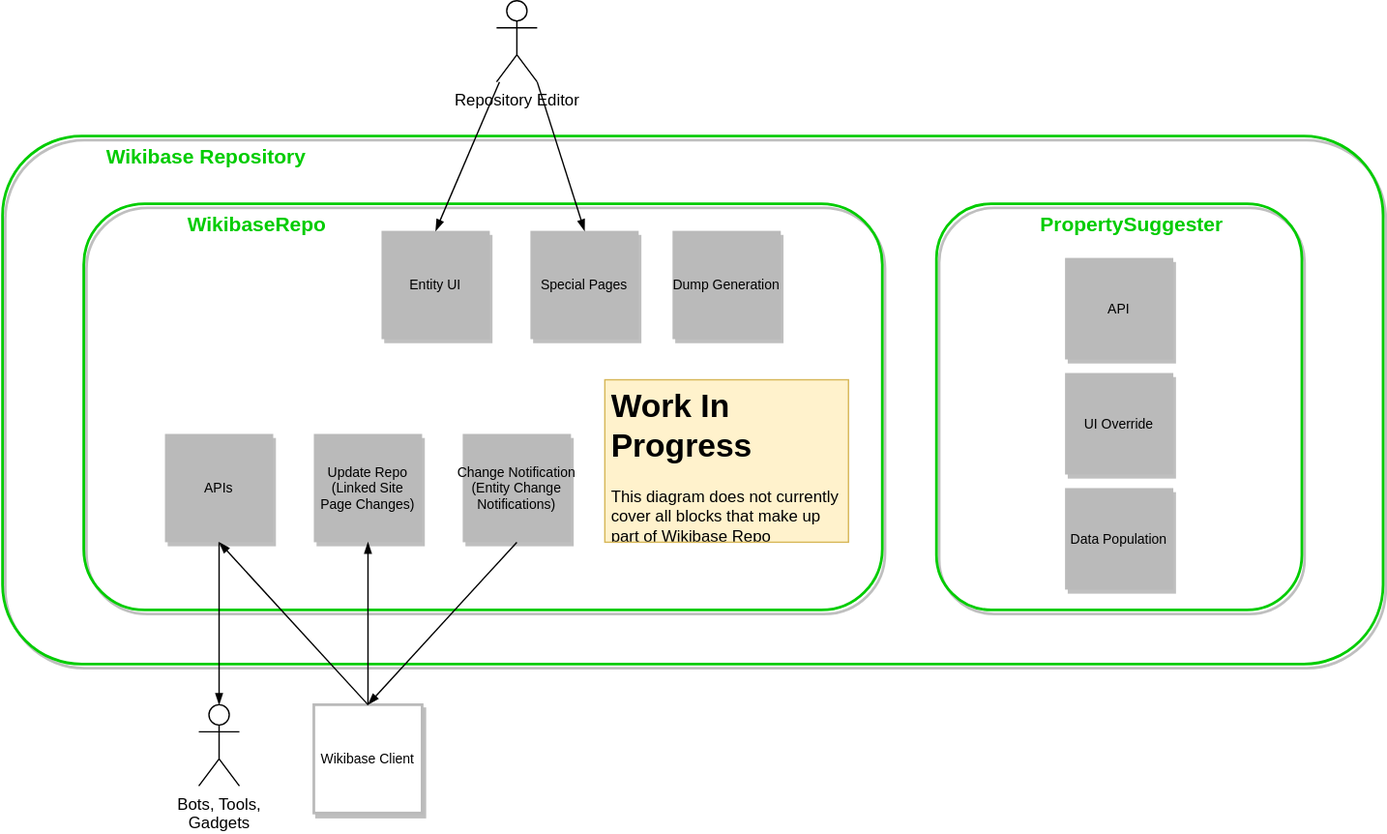
Earlier version of the draw.io export systems/Repository/diagrams/05-building-blocks.drawio.svg (wmde/wikidata-wikibase-architecture). Source tidied: cells renumbered, new cells last; positions are measured from the earlier drawing's top-left corner, leaving out a move shared by most shapes. The source it was exported from:
```xml
<mxGraphModel>
  <root>
    <mxCell id="0" />
    <mxCell id="1" parent="0" />
    <mxCell id="2" value="Wikibase Repository" style="rounded=1;shadow=1;fontSize=15;fillColor=none;strokeColor=#00CC00;strokeWidth=2;fontColor=#00CC00;fontStyle=1;labelBorderColor=none;labelBackgroundColor=none;horizontal=1;verticalAlign=top;spacingRight=0;spacingLeft=75;align=left;" parent="1" vertex="1">
      <mxGeometry y="100" width="1020" height="390" as="geometry" />
    </mxCell>
    <mxCell id="3" value="WikibaseRepo" style="rounded=1;shadow=1;fontSize=15;fillColor=none;strokeColor=#00CC00;strokeWidth=2;fontColor=#00CC00;fontStyle=1;labelBorderColor=none;labelBackgroundColor=none;horizontal=1;verticalAlign=top;spacingRight=0;spacingLeft=75;align=left;" parent="1" vertex="1">
      <mxGeometry x="60" y="150" width="590" height="300" as="geometry" />
    </mxCell>
    <mxCell id="4" value="Wikibase Client" style="rounded=0;shadow=1;fontSize=10;fontColor=#000000;direction=west;strokeWidth=2;strokeColor=#BABABA;fillColor=#FFFFFF;" parent="1" vertex="1">
      <mxGeometry x="230" y="520" width="80" height="80" as="geometry" />
    </mxCell>
    <mxCell id="5" style="endArrow=blockThin;html=1;strokeColor=#000000;fontSize=10;fontColor=#000000;strokeWidth=1;endFill=1;entryX=0.5;entryY=0;entryDx=0;entryDy=0;exitX=0.5;exitY=1;exitDx=0;exitDy=0;" parent="1" edge="1" source="4" target="7">
      <mxGeometry x="100" y="50" as="geometry" />
    </mxCell>
    <mxCell id="6" value="Update Repo&#10;(Linked Site&#10;Page Changes)" style="rounded=0;shadow=1;fontSize=10;fontColor=#000000;strokeColor=none;direction=west;fillColor=#BABABA;" parent="1" vertex="1">
      <mxGeometry x="230" y="320" width="80" height="80" as="geometry" />
    </mxCell>
    <mxCell id="7" value="APIs" style="rounded=0;shadow=1;fontSize=10;fontColor=#000000;strokeColor=none;direction=west;fillColor=#BABABA;" parent="1" vertex="1">
      <mxGeometry x="120" y="320" width="80" height="80" as="geometry" />
    </mxCell>
    <mxCell id="8" value="Bots, Tools,&lt;br&gt;Gadgets" style="shape=umlActor;verticalLabelPosition=bottom;verticalAlign=top;html=1;outlineConnect=0;" parent="1" vertex="1">
      <mxGeometry x="145" y="520" width="30" height="60" as="geometry" />
    </mxCell>
    <mxCell id="9" style="endArrow=none;html=1;strokeColor=#000000;fontSize=10;fontColor=#000000;strokeWidth=1;endFill=0;entryX=0.5;entryY=0;entryDx=0;entryDy=0;startArrow=blockThin;startFill=1;exitX=0.5;exitY=0;exitDx=0;exitDy=0;exitPerimeter=0;" parent="1" edge="1" source="8" target="7">
      <mxGeometry x="140" y="-70" as="geometry" />
    </mxCell>
    <mxCell id="10" value="Repository Editor" style="shape=umlActor;verticalLabelPosition=bottom;verticalAlign=top;html=1;outlineConnect=0;" parent="1" vertex="1">
      <mxGeometry x="365" width="30" height="60" as="geometry" />
    </mxCell>
    <mxCell id="11" style="endArrow=none;html=1;strokeColor=#000000;fontSize=10;fontColor=#000000;strokeWidth=1;endFill=0;startArrow=blockThin;startFill=1;exitX=0.5;exitY=0;exitDx=0;exitDy=0;entryX=0.5;entryY=1;entryDx=0;entryDy=0;" parent="1" edge="1" source="6" target="4">
      <mxGeometry x="250" y="-70" as="geometry" />
    </mxCell>
    <mxCell id="12" value="Change Notification&#10;(Entity Change&#10;Notifications)" style="rounded=0;shadow=1;fontSize=10;fontColor=#000000;strokeColor=none;direction=west;fillColor=#BABABA;" parent="1" vertex="1">
      <mxGeometry x="340" y="320" width="80" height="80" as="geometry" />
    </mxCell>
    <mxCell id="13" style="endArrow=none;html=1;strokeColor=#000000;fontSize=10;fontColor=#000000;strokeWidth=1;endFill=0;startArrow=blockThin;startFill=1;entryX=0.5;entryY=0;entryDx=0;entryDy=0;exitX=0.5;exitY=1;exitDx=0;exitDy=0;" parent="1" edge="1" source="4" target="12">
      <mxGeometry x="260" y="-60" as="geometry" />
    </mxCell>
    <mxCell id="14" value="Entity UI" style="rounded=0;shadow=1;fontSize=10;fontColor=#000000;strokeColor=none;direction=west;fillColor=#BABABA;" parent="1" vertex="1">
      <mxGeometry x="280" y="170" width="80" height="80" as="geometry" />
    </mxCell>
    <mxCell id="15" style="endArrow=none;html=1;strokeColor=#000000;fontSize=10;fontColor=#000000;strokeWidth=1;endFill=0;startArrow=blockThin;startFill=1;exitX=0.5;exitY=1;exitDx=0;exitDy=0;" parent="1" edge="1" source="14" target="10">
      <mxGeometry x="540" y="-260" as="geometry" />
    </mxCell>
    <mxCell id="16" value="&lt;h1&gt;Work In Progress&lt;/h1&gt;&lt;p&gt;This diagram does not currently cover all blocks that make up part of Wikibase Repo&lt;/p&gt;" style="text;html=1;strokeColor=#d6b656;fillColor=#fff2cc;spacing=5;spacingTop=-20;whiteSpace=wrap;overflow=hidden;rounded=0;" parent="1" vertex="1">
      <mxGeometry x="445" y="280" width="180" height="120" as="geometry" />
    </mxCell>
    <mxCell id="17" value="Special Pages" style="rounded=0;shadow=1;fontSize=10;fontColor=#000000;strokeColor=none;direction=west;fillColor=#BABABA;" parent="1" vertex="1">
      <mxGeometry x="390" y="170" width="80" height="80" as="geometry" />
    </mxCell>
    <mxCell id="18" style="endArrow=none;html=1;strokeColor=#000000;fontSize=10;fontColor=#000000;strokeWidth=1;endFill=0;startArrow=blockThin;startFill=1;exitX=0.5;exitY=1;exitDx=0;exitDy=0;entryX=1;entryY=1;entryDx=0;entryDy=0;entryPerimeter=0;" parent="1" edge="1" source="17" target="10">
      <mxGeometry x="550" y="-250" as="geometry" />
    </mxCell>
    <mxCell id="19" value="Dump Generation" style="rounded=0;shadow=1;fontSize=10;fontColor=#000000;strokeColor=none;direction=west;fillColor=#BABABA;" parent="1" vertex="1">
      <mxGeometry x="495" y="170" width="80" height="80" as="geometry" />
    </mxCell>
    <mxCell id="20" value="PropertySuggester" style="rounded=1;shadow=1;fontSize=15;fillColor=none;strokeColor=#00CC00;strokeWidth=2;fontColor=#00CC00;fontStyle=1;labelBorderColor=none;labelBackgroundColor=none;horizontal=1;verticalAlign=top;spacingRight=0;spacingLeft=75;align=left;" parent="1" vertex="1">
      <mxGeometry x="690" y="150" width="270" height="300" as="geometry" />
    </mxCell>
    <mxCell id="21" value="API" style="rounded=0;shadow=1;fontSize=10;fontColor=#000000;strokeColor=none;direction=west;fillColor=#BABABA;" parent="1" vertex="1">
      <mxGeometry x="785" y="190" width="80" height="75" as="geometry" />
    </mxCell>
    <mxCell id="22" value="UI Override" style="rounded=0;shadow=1;fontSize=10;fontColor=#000000;strokeColor=none;direction=west;fillColor=#BABABA;" parent="1" vertex="1">
      <mxGeometry x="785" y="275" width="80" height="75" as="geometry" />
    </mxCell>
    <mxCell id="23" value="Data Population" style="rounded=0;shadow=1;fontSize=10;fontColor=#000000;strokeColor=none;direction=west;fillColor=#BABABA;" parent="1" vertex="1">
      <mxGeometry x="785" y="360" width="80" height="75" as="geometry" />
    </mxCell>
  </root>
</mxGraphModel>
```
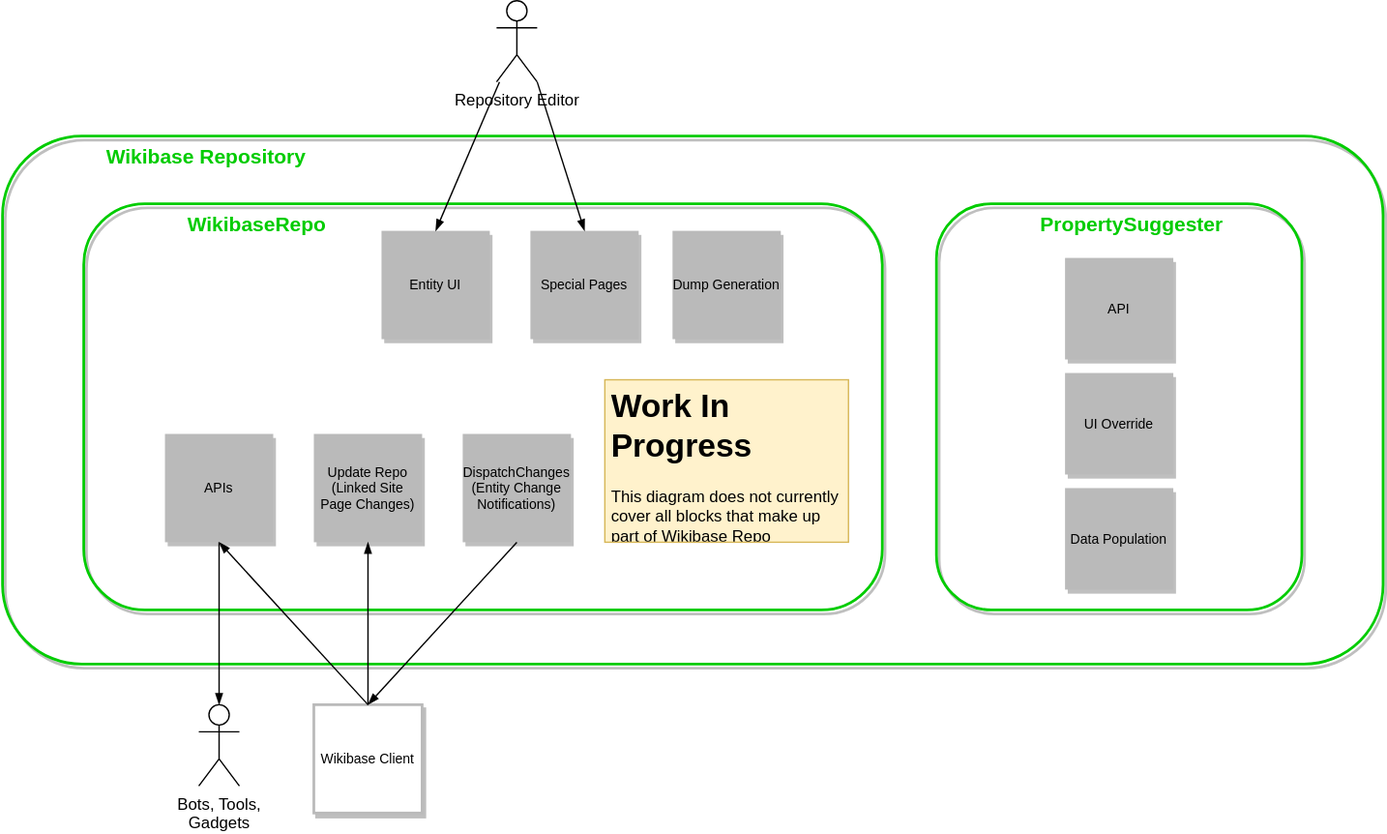
After the commit.

Change to the diagram source:
```diff
@@ -32,7 +32,7 @@
     <mxCell id="11" style="endArrow=none;html=1;strokeColor=#000000;fontSize=10;fontColor=#000000;strokeWidth=1;endFill=0;startArrow=blockThin;startFill=1;exitX=0.5;exitY=0;exitDx=0;exitDy=0;entryX=0.5;entryY=1;entryDx=0;entryDy=0;" parent="1" edge="1" source="6" target="4">
       <mxGeometry x="250" y="-70" as="geometry" />
     </mxCell>
-    <mxCell id="12" value="Change Notification&#10;(Entity Change&#10;Notifications)" style="rounded=0;shadow=1;fontSize=10;fontColor=#000000;strokeColor=none;direction=west;fillColor=#BABABA;" parent="1" vertex="1">
+    <mxCell id="12" value="DispatchChanges&#10;(Entity Change&#10;Notifications)" style="rounded=0;shadow=1;fontSize=10;fontColor=#000000;strokeColor=none;direction=west;fillColor=#BABABA;" parent="1" vertex="1">
       <mxGeometry x="340" y="320" width="80" height="80" as="geometry" />
     </mxCell>
     <mxCell id="13" style="endArrow=none;html=1;strokeColor=#000000;fontSize=10;fontColor=#000000;strokeWidth=1;endFill=0;startArrow=blockThin;startFill=1;entryX=0.5;entryY=0;entryDx=0;entryDy=0;exitX=0.5;exitY=1;exitDx=0;exitDy=0;" parent="1" edge="1" source="4" target="12">
```
